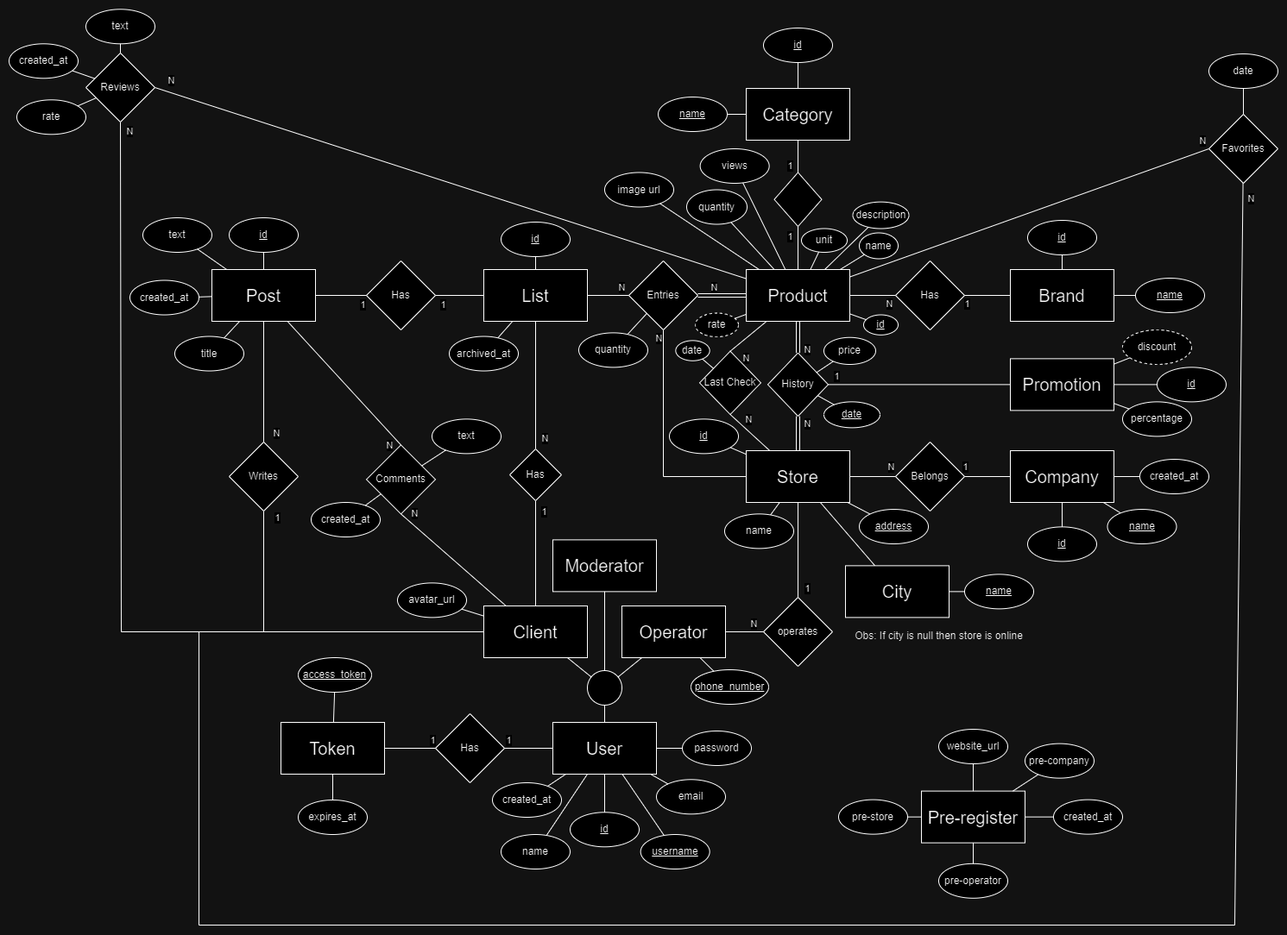
The draw.io diagram docs/EA_model.png in AndreGraca3/Market-Tracker, before a commit. Source tidied: cells renumbered, new cells last; positions are measured from the earlier drawing's top-left corner, leaving out a move shared by most shapes.
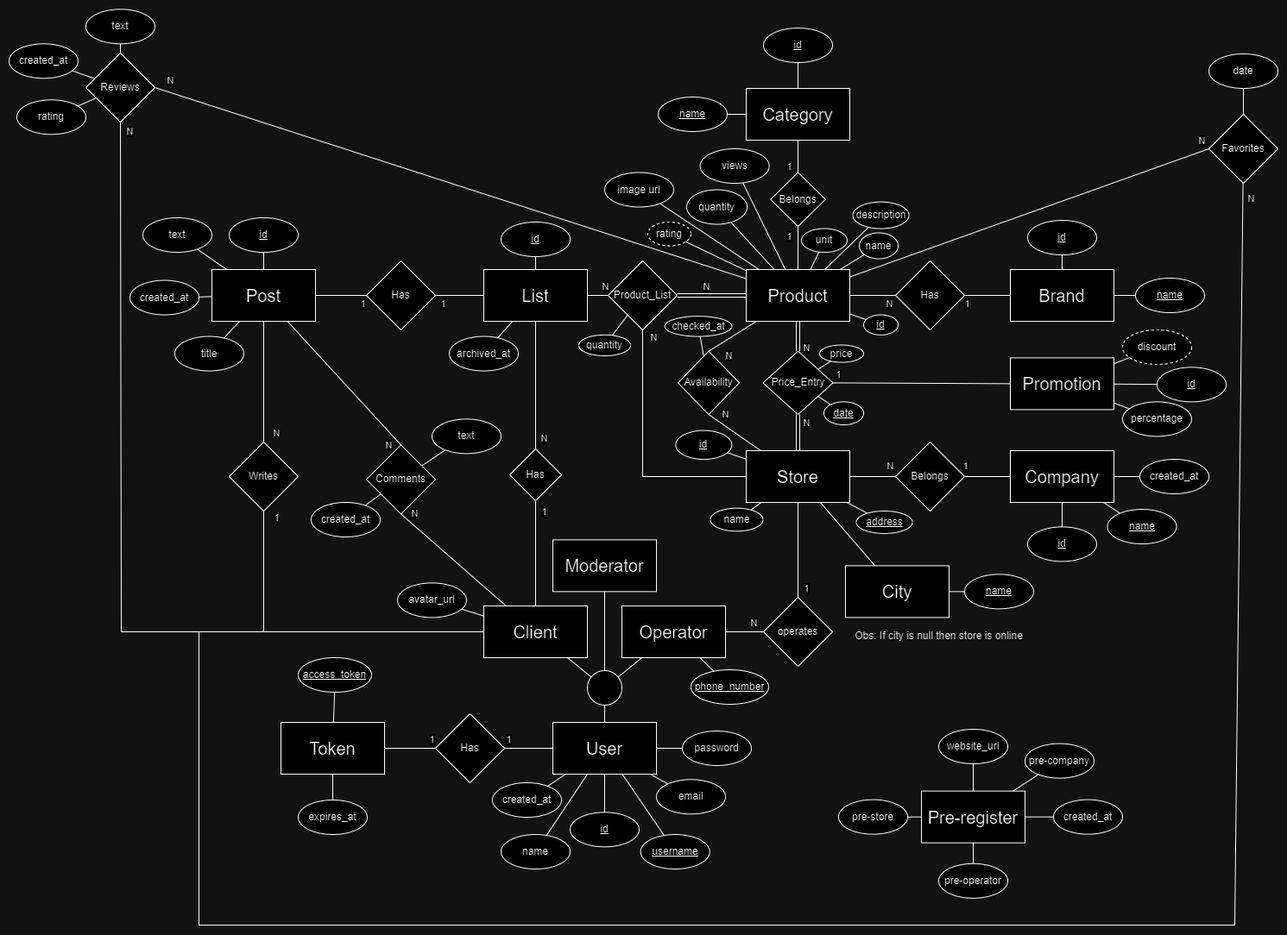
After the commit.

The edit, as a diff of the source:
```diff
@@ -47,8 +47,8 @@
     <mxCell id="16" value="&lt;span style=&quot;font-size: 20px;&quot;&gt;List&lt;/span&gt;" style="rounded=0;whiteSpace=wrap;html=1;" parent="1" vertex="1">
       <mxGeometry x="550" y="302" width="120" height="60" as="geometry" />
     </mxCell>
-    <mxCell id="17" value="History" style="rhombus;whiteSpace=wrap;html=1;shadow=0;strokeColor=default;gradientColor=none;fillColor=default;fillStyle=auto;" parent="1" vertex="1">
-      <mxGeometry x="879" y="398.7" width="70" height="73.4" as="geometry" />
+    <mxCell id="17" value="Price_Entry" style="rhombus;whiteSpace=wrap;html=1;shadow=0;strokeColor=default;gradientColor=none;fillColor=default;fillStyle=auto;" parent="1" vertex="1">
+      <mxGeometry x="873.5" y="396.7" width="81" height="73.4" as="geometry" />
     </mxCell>
     <mxCell id="18" style="endArrow=none;html=1;rounded=0;exitX=0.5;exitY=1;exitDx=0;exitDy=0;entryX=0.5;entryY=0;entryDx=0;entryDy=0;shape=link;" parent="1" edge="1" source="2" target="17">
       <mxGeometry relative="1" as="geometry" />
@@ -69,8 +69,8 @@
         <mxPoint x="9" y="60" as="offset" />
       </mxGeometry>
     </mxCell>
-    <mxCell id="23" value="Entries" style="rhombus;whiteSpace=wrap;html=1;" parent="1" vertex="1">
-      <mxGeometry x="718" y="292" width="80" height="80" as="geometry" />
+    <mxCell id="23" value="Product_List" style="rhombus;whiteSpace=wrap;html=1;" parent="1" vertex="1">
+      <mxGeometry x="694" y="292" width="80" height="80" as="geometry" />
     </mxCell>
     <mxCell id="24" style="endArrow=none;html=1;rounded=0;shape=link;" parent="1" edge="1" source="2" target="23">
       <mxGeometry relative="1" as="geometry" />
@@ -85,7 +85,7 @@
     </mxCell>
     <mxCell id="27" value="N" style="edgeLabel;html=1;align=center;verticalAlign=middle;" parent="26" vertex="1">
       <mxGeometry x="-0.32" y="-3" relative="1" as="geometry">
-        <mxPoint x="23" y="-13" as="offset" />
+        <mxPoint x="12" y="-13" as="offset" />
       </mxGeometry>
     </mxCell>
     <mxCell id="28" value="&lt;font style=&quot;font-size: 20px;&quot;&gt;Store&lt;/font&gt;" style="rounded=0;whiteSpace=wrap;html=1;" parent="1" vertex="1">
@@ -112,7 +112,7 @@
       <mxGeometry x="580" y="510" width="60" height="60" as="geometry" />
     </mxCell>
     <mxCell id="35" value="&lt;u&gt;date&lt;/u&gt;" style="ellipse;whiteSpace=wrap;html=1;" parent="1" vertex="1">
-      <mxGeometry x="944" y="455.4" width="65" height="30" as="geometry" />
+      <mxGeometry x="944" y="455.4" width="46" height="26.6" as="geometry" />
     </mxCell>
     <mxCell id="36" style="endArrow=none;html=1;rounded=0;" parent="1" edge="1" source="35" target="17">
       <mxGeometry relative="1" as="geometry" />
@@ -121,7 +121,7 @@
       <mxGeometry relative="1" as="geometry" />
     </mxCell>
     <mxCell id="38" value="price" style="ellipse;whiteSpace=wrap;html=1;" parent="1" vertex="1">
-      <mxGeometry x="944" y="380.7" width="60" height="31.3" as="geometry" />
+      <mxGeometry x="939" y="389.5" width="51" height="20" as="geometry" />
     </mxCell>
     <mxCell id="39" value="&lt;span&gt;username&lt;/span&gt;" style="ellipse;whiteSpace=wrap;html=1;fontStyle=4;" parent="1" vertex="1">
       <mxGeometry x="731.7" y="957" width="80" height="40" as="geometry" />
@@ -188,7 +188,7 @@
       <mxGeometry relative="1" as="geometry" />
     </mxCell>
     <mxCell id="59" value="&lt;font style=&quot;font-size: 20px;&quot;&gt;Promotion&lt;/font&gt;" style="rounded=0;whiteSpace=wrap;html=1;" parent="1" vertex="1">
-      <mxGeometry x="1160" y="405.4" width="120" height="60" as="geometry" />
+      <mxGeometry x="1160" y="404.4" width="120" height="60" as="geometry" />
     </mxCell>
     <mxCell id="60" style="endArrow=none;html=1;rounded=0;entryX=0;entryY=0.5;entryDx=0;entryDy=0;exitX=1;exitY=0.5;exitDx=0;exitDy=0;" parent="1" edge="1" source="17" target="59">
       <mxGeometry relative="1" as="geometry" />
@@ -199,7 +199,7 @@
       </mxGeometry>
     </mxCell>
     <mxCell id="62" value="&lt;u&gt;id&lt;/u&gt;" style="ellipse;whiteSpace=wrap;html=1;" parent="1" vertex="1">
-      <mxGeometry x="765" y="475.4" width="80" height="40" as="geometry" />
+      <mxGeometry x="772.3" y="488.6" width="65" height="33.4" as="geometry" />
     </mxCell>
     <mxCell id="63" style="endArrow=none;html=1;rounded=0;" parent="1" edge="1" source="28" target="62">
       <mxGeometry relative="1" as="geometry" />
@@ -210,8 +210,8 @@
     <mxCell id="65" style="endArrow=none;html=1;rounded=0;" parent="1" edge="1" source="59" target="64">
       <mxGeometry relative="1" as="geometry" />
     </mxCell>
-    <mxCell id="66" style="rhombus;whiteSpace=wrap;html=1;" parent="1" vertex="1">
-      <mxGeometry x="886.5" y="189.5" width="55" height="62.5" as="geometry" />
+    <mxCell id="66" value="Belongs" style="rhombus;whiteSpace=wrap;html=1;" parent="1" vertex="1">
+      <mxGeometry x="882.2" y="189.5" width="63.5" height="62.5" as="geometry" />
     </mxCell>
     <mxCell id="67" style="endArrow=none;html=1;rounded=0;entryX=0.5;entryY=1;entryDx=0;entryDy=0;exitX=0.5;exitY=0;exitDx=0;exitDy=0;" parent="1" edge="1" source="2" target="66">
       <mxGeometry relative="1" as="geometry" />
@@ -341,7 +341,7 @@
     <mxCell id="103" value="created_at" style="ellipse;whiteSpace=wrap;html=1;" parent="1" vertex="1">
       <mxGeometry y="40.3" width="80" height="40" as="geometry" />
     </mxCell>
-    <mxCell id="104" value="rate" style="ellipse;whiteSpace=wrap;html=1;" parent="1" vertex="1">
+    <mxCell id="104" value="rating" style="ellipse;whiteSpace=wrap;html=1;" parent="1" vertex="1">
       <mxGeometry x="9" y="105.3" width="80" height="40" as="geometry" />
     </mxCell>
     <mxCell id="105" style="endArrow=none;html=1;rounded=0;" parent="1" edge="1" source="99" target="104">
@@ -353,8 +353,8 @@
     <mxCell id="107" style="endArrow=none;html=1;rounded=0;" parent="1" edge="1" source="99" target="106">
       <mxGeometry relative="1" as="geometry" />
     </mxCell>
-    <mxCell id="108" value="rate" style="ellipse;whiteSpace=wrap;html=1;dashed=1;" parent="1" vertex="1">
-      <mxGeometry x="795" y="352.5" width="50" height="27.5" as="geometry" />
+    <mxCell id="108" value="rating" style="ellipse;whiteSpace=wrap;html=1;dashed=1;" parent="1" vertex="1">
+      <mxGeometry x="740" y="247" width="50" height="27.5" as="geometry" />
     </mxCell>
     <mxCell id="109" style="endArrow=none;html=1;rounded=0;" parent="1" edge="1" source="2" target="108">
       <mxGeometry relative="1" as="geometry" />
@@ -371,7 +371,7 @@
       </mxGeometry>
     </mxCell>
     <mxCell id="113" value="address" style="ellipse;whiteSpace=wrap;html=1;fontStyle=4;" parent="1" vertex="1">
-      <mxGeometry x="985" y="580" width="80" height="40" as="geometry" />
+      <mxGeometry x="981.5" y="582" width="65" height="26" as="geometry" />
     </mxCell>
     <mxCell id="114" value="created_at" style="ellipse;whiteSpace=wrap;html=1;" parent="1" vertex="1">
       <mxGeometry x="1310" y="522" width="80" height="40" as="geometry" />
@@ -398,7 +398,7 @@
       <mxGeometry relative="1" as="geometry" />
     </mxCell>
     <mxCell id="122" value="quantity" style="ellipse;whiteSpace=wrap;html=1;" parent="1" vertex="1">
-      <mxGeometry x="660" y="375.4" width="80" height="40" as="geometry" />
+      <mxGeometry x="660" y="377.8" width="60" height="24.2" as="geometry" />
     </mxCell>
     <mxCell id="123" value="&lt;span&gt;text&lt;/span&gt;" style="ellipse;whiteSpace=wrap;html=1;fontStyle=0;" parent="1" vertex="1">
       <mxGeometry x="155" y="242" width="80" height="40" as="geometry" />
@@ -467,12 +467,12 @@
     <mxCell id="141" style="endArrow=none;html=1;rounded=0;entryX=0.5;entryY=1;entryDx=0;entryDy=0;exitX=0;exitY=0.5;exitDx=0;exitDy=0;" parent="1" edge="1" source="28" target="23">
       <mxGeometry relative="1" as="geometry">
         <Array as="points">
-          <mxPoint x="758" y="542" />
+          <mxPoint x="734" y="542" />
         </Array>
       </mxGeometry>
     </mxCell>
     <mxCell id="142" value="N" style="edgeLabel;html=1;align=center;verticalAlign=middle;" parent="1" vertex="1">
-      <mxGeometry x="700" y="332" as="geometry">
+      <mxGeometry x="694" y="332" as="geometry">
         <mxPoint x="53" y="49" as="offset" />
       </mxGeometry>
     </mxCell>
@@ -576,7 +576,7 @@
       <mxGeometry x="790" y="766" width="90" height="40" as="geometry" />
     </mxCell>
     <mxCell id="172" value="name" style="ellipse;whiteSpace=wrap;html=1;" parent="1" vertex="1">
-      <mxGeometry x="829" y="585.4" width="80" height="40" as="geometry" />
+      <mxGeometry x="812.5" y="578.7" width="61" height="26.6" as="geometry" />
     </mxCell>
     <mxCell id="173" style="endArrow=none;html=1;rounded=0;" parent="1" edge="1" source="172" target="28">
       <mxGeometry relative="1" as="geometry" />
@@ -593,17 +593,17 @@
     <mxCell id="177" style="endArrow=none;html=1;rounded=0;" parent="1" edge="1" source="169" target="176">
       <mxGeometry relative="1" as="geometry" />
     </mxCell>
-    <mxCell id="178" value="Last Check" style="rhombus;whiteSpace=wrap;html=1;shadow=0;strokeColor=default;gradientColor=none;fillColor=default;fillStyle=auto;" parent="1" vertex="1">
-      <mxGeometry x="800" y="396.7" width="71" height="73.4" as="geometry" />
+    <mxCell id="178" value="Availability" style="rhombus;whiteSpace=wrap;html=1;shadow=0;strokeColor=default;gradientColor=none;fillColor=default;fillStyle=auto;" parent="1" vertex="1">
+      <mxGeometry x="775" y="396.7" width="71" height="73.4" as="geometry" />
     </mxCell>
     <mxCell id="179" value="N" style="endArrow=none;html=1;rounded=0;exitX=0.5;exitY=0;exitDx=0;exitDy=0;" parent="1" edge="1" source="178" target="2">
-      <mxGeometry x="-0.68" y="-18" relative="1" as="geometry" />
+      <mxGeometry x="-0.46" y="-17" relative="1" as="geometry" />
     </mxCell>
     <mxCell id="180" value="N" style="endArrow=none;html=1;rounded=0;entryX=0.5;entryY=1;entryDx=0;entryDy=0;" parent="1" edge="1" source="28" target="178">
-      <mxGeometry x="0.34" y="-10" relative="1" as="geometry" />
+      <mxGeometry x="0.56" y="-11" relative="1" as="geometry" />
     </mxCell>
-    <mxCell id="181" value="&lt;span&gt;date&lt;/span&gt;" style="ellipse;whiteSpace=wrap;html=1;fontStyle=0;" parent="1" vertex="1">
-      <mxGeometry x="772.3" y="384.4" width="39.4" height="23.4" as="geometry" />
+    <mxCell id="181" value="&lt;span&gt;checked_at&lt;/span&gt;" style="ellipse;whiteSpace=wrap;html=1;fontStyle=0;" parent="1" vertex="1">
+      <mxGeometry x="759.7" y="356.1" width="77.7" height="23.4" as="geometry" />
     </mxCell>
     <mxCell id="182" style="endArrow=none;html=1;rounded=0;" parent="1" edge="1" source="178" target="181">
       <mxGeometry relative="1" as="geometry" />
```
